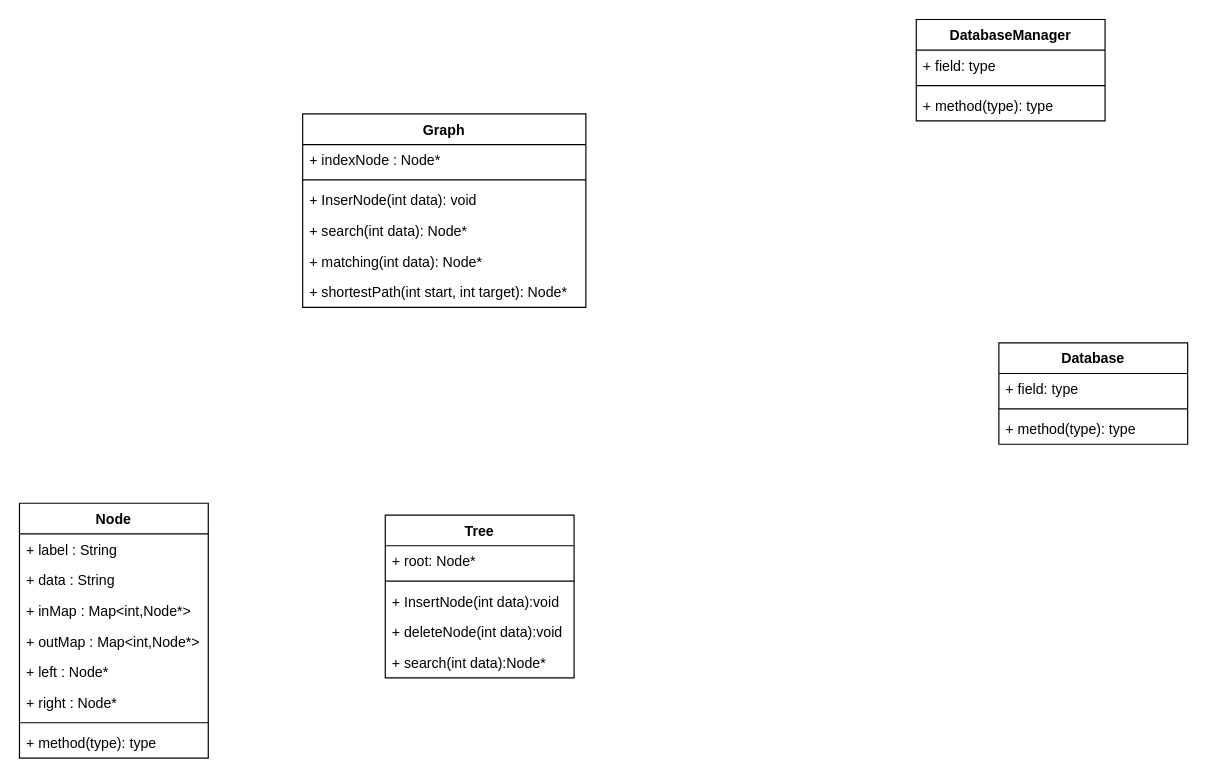
Before: classDiagram.drawio in oshan35/Graph-Based-Data-Management-Tool, a draw.io diagram. Source tidied: cells renumbered, new cells numbered last; positions are measured from the earlier drawing's top-left corner, leaving out a move shared by most shapes. Both pictures are drawn from the tidied source at 118%, with x=0, y=0 at pixel (19, 19).
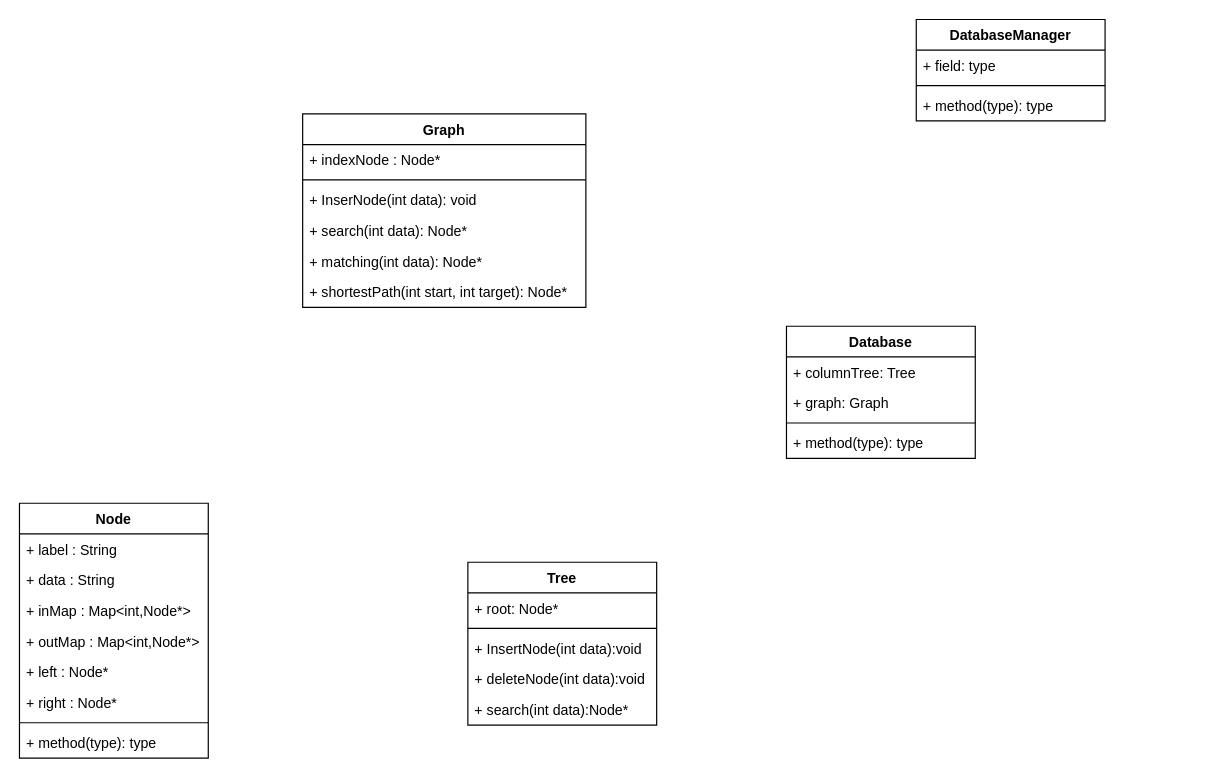
After the change.

Commit message:
changes to class diagram

Diff of the diagram source:
```diff
@@
     <mxCell id="18" value="Tree&#10;" style="swimlane;fontStyle=1;align=center;verticalAlign=top;horizontal=1;startSize=26;" parent="1" vertex="1">
-      <mxGeometry x="310" y="420" width="160" height="138" as="geometry" />
+      <mxGeometry x="380" y="460" width="160" height="138" as="geometry" />
     </mxCell>
@@
     <mxCell id="24" value="Database" style="swimlane;fontStyle=1;align=center;verticalAlign=top;horizontal=1;startSize=26;" parent="1" vertex="1">
-      <mxGeometry x="830" y="274" width="160" height="86" as="geometry" />
+      <mxGeometry x="650" y="260" width="160" height="112" as="geometry" />
     </mxCell>
-    <mxCell id="25" value="+ field: type" style="text;strokeColor=none;fillColor=none;align=left;verticalAlign=top;spacingLeft=4;spacingRight=4;overflow=hidden;" parent="24" vertex="1">
+    <mxCell id="25" value="+ columnTree: Tree" style="text;strokeColor=none;fillColor=none;align=left;verticalAlign=top;spacingLeft=4;spacingRight=4;overflow=hidden;" parent="24" vertex="1">
       <mxGeometry y="26" width="160" height="26" as="geometry" />
     </mxCell>
+    <mxCell id="32" value="+ graph: Graph" style="text;strokeColor=none;fillColor=none;align=left;verticalAlign=top;spacingLeft=4;spacingRight=4;overflow=hidden;" parent="24" vertex="1">
+      <mxGeometry y="52" width="160" height="26" as="geometry" />
+    </mxCell>
     <mxCell id="26" style="line;strokeWidth=1;fillColor=none;align=left;verticalAlign=middle;spacingTop=-1;spacingLeft=3;spacingRight=3;labelPosition=right;" parent="24" vertex="1">
-      <mxGeometry y="52" width="160" height="8" as="geometry" />
+      <mxGeometry y="78" width="160" height="8" as="geometry" />
     </mxCell>
     <mxCell id="27" value="+ method(type): type" style="text;strokeColor=none;fillColor=none;align=left;verticalAlign=top;spacingLeft=4;spacingRight=4;overflow=hidden;" parent="24" vertex="1">
-      <mxGeometry y="60" width="160" height="26" as="geometry" />
+      <mxGeometry y="86" width="160" height="26" as="geometry" />
     </mxCell>
```
